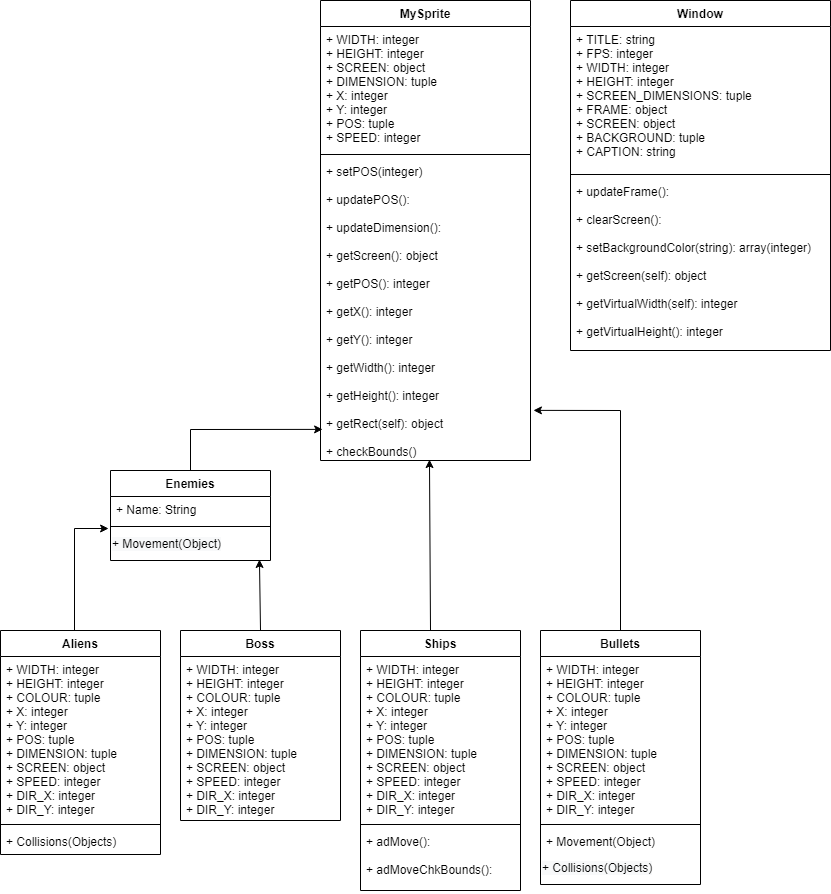
The draw.io diagram UML for Space Invaders.png in ichandel/CSE3190-Project, before a commit. Source tidied: cells renumbered, new cells last; positions are measured from the earlier drawing's top-left corner, leaving out a move shared by most shapes.
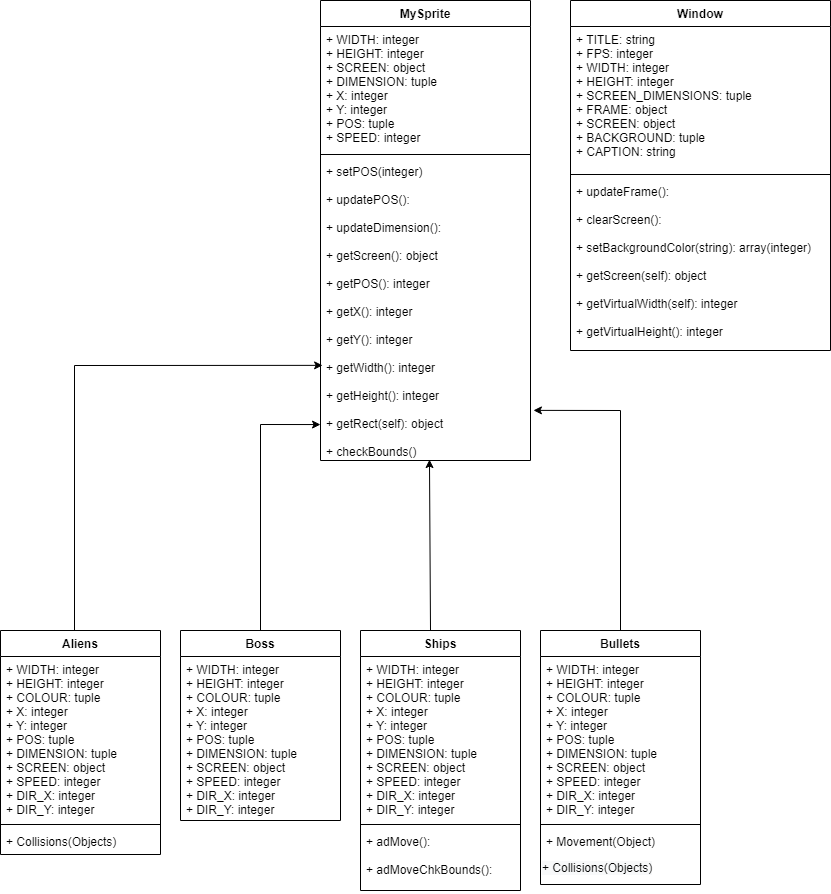
After the commit.

Change to the diagram source:
```diff
@@ -14,18 +14,6 @@
     <mxCell id="5" value="+ Collisions(Objects)" style="text;strokeColor=none;fillColor=none;align=left;verticalAlign=top;spacingLeft=4;spacingRight=4;overflow=hidden;" parent="2" vertex="1">
       <mxGeometry y="198" width="160" height="26" as="geometry" />
     </mxCell>
-    <mxCell id="6" value="Enemies" style="swimlane;fontStyle=1;align=center;verticalAlign=top;horizontal=1;startSize=26;" parent="1" vertex="1">
-      <mxGeometry x="110" y="470" width="160" height="90" as="geometry" />
-    </mxCell>
-    <mxCell id="7" value="+ Name: String" style="text;strokeColor=none;fillColor=none;align=left;verticalAlign=top;spacingLeft=4;spacingRight=4;overflow=hidden;" parent="6" vertex="1">
-      <mxGeometry y="26" width="160" height="26" as="geometry" />
-    </mxCell>
-    <mxCell id="8" style="line;strokeWidth=1;fillColor=none;align=left;verticalAlign=middle;spacingTop=-1;spacingLeft=3;spacingRight=3;labelPosition=right;" parent="6" vertex="1">
-      <mxGeometry y="52" width="160" height="8" as="geometry" />
-    </mxCell>
-    <mxCell id="9" value="&lt;span style=&quot;color: rgb(0, 0, 0); font-family: helvetica; font-size: 12px; font-style: normal; font-weight: 400; letter-spacing: normal; text-align: left; text-indent: 0px; text-transform: none; word-spacing: 0px; background-color: rgb(248, 249, 250); display: inline; float: none;&quot;&gt;+ Movement(Object)&lt;/span&gt;" style="text;whiteSpace=wrap;html=1;" parent="6" vertex="1">
-      <mxGeometry y="60" width="160" height="30" as="geometry" />
-    </mxCell>
     <mxCell id="10" value="Bullets" style="swimlane;fontStyle=1;align=center;verticalAlign=top;horizontal=1;startSize=26;" parent="1" vertex="1">
       <mxGeometry x="540" y="630" width="160" height="254" as="geometry" />
     </mxCell>
@@ -47,12 +35,11 @@
     <mxCell id="16" value="+ WIDTH: integer&#10;+ HEIGHT: integer&#10;+ COLOUR: tuple&#10;+ X: integer&#10;+ Y: integer&#10;+ POS: tuple&#10;+ DIMENSION: tuple&#10;+ SCREEN: object&#10;+ SPEED: integer&#10;+ DIR_X: integer&#10;+ DIR_Y: integer" style="text;strokeColor=none;fillColor=none;align=left;verticalAlign=top;spacingLeft=4;spacingRight=4;overflow=hidden;" parent="15" vertex="1">
       <mxGeometry y="26" width="160" height="164" as="geometry" />
     </mxCell>
-    <mxCell id="17" style="endArrow=classic;html=1;entryX=-0.012;entryY=-0.077;entryDx=0;entryDy=0;entryPerimeter=0;rounded=0;" parent="1" edge="1">
+    <mxCell id="17" style="endArrow=classic;html=1;entryX=0.01;entryY=0.685;entryDx=0;entryDy=0;entryPerimeter=0;rounded=0;" parent="1" edge="1" target="29">
       <mxGeometry relative="1" as="geometry">
         <mxPoint x="74" y="630" as="sourcePoint" />
-        <mxPoint x="108.1" y="528" as="targetPoint" />
         <Array as="points">
-          <mxPoint x="74" y="528" />
+          <mxPoint x="74" y="365" />
         </Array>
       </mxGeometry>
     </mxCell>
@@ -61,11 +48,6 @@
         <mxPoint x="430" y="630" as="sourcePoint" />
       </mxGeometry>
     </mxCell>
-    <mxCell id="19" style="endArrow=classic;html=1;exitX=0.5;exitY=0;exitDx=0;exitDy=0;entryX=0.931;entryY=1.115;entryDx=0;entryDy=0;entryPerimeter=0;" parent="1" edge="1" source="15">
-      <mxGeometry relative="1" as="geometry">
-        <mxPoint x="259" y="559" as="targetPoint" />
-      </mxGeometry>
-    </mxCell>
     <mxCell id="20" style="endArrow=classic;html=1;exitX=0.5;exitY=0;exitDx=0;exitDy=0;entryX=1.014;entryY=0.834;entryDx=0;entryDy=0;entryPerimeter=0;rounded=0;" parent="1" edge="1" source="10" target="29">
       <mxGeometry relative="1" as="geometry">
         <Array as="points">
@@ -73,13 +55,6 @@
         </Array>
       </mxGeometry>
     </mxCell>
-    <mxCell id="21" style="endArrow=classic;html=1;exitX=0.5;exitY=0;exitDx=0;exitDy=0;entryX=0.01;entryY=0.897;entryDx=0;entryDy=0;entryPerimeter=0;rounded=0;" parent="1" edge="1" source="6" target="29">
-      <mxGeometry relative="1" as="geometry">
-        <Array as="points">
-          <mxPoint x="190" y="429" />
-        </Array>
-      </mxGeometry>
-    </mxCell>
     <mxCell id="22" value="Ships" style="swimlane;fontStyle=1;align=center;verticalAlign=top;horizontal=1;startSize=26;" parent="1" vertex="1">
       <mxGeometry x="360" y="630" width="160" height="260" as="geometry" />
     </mxCell>
@@ -116,5 +91,12 @@
     <mxCell id="33" value="+ updateFrame():&#10;&#10;+ clearScreen():&#10;&#10;+ setBackgroundColor(string): array(integer)&#10;&#10;+ getScreen(self): object&#10;&#10;+ getVirtualWidth(self): integer&#10;&#10;+ getVirtualHeight(): integer&#10;" style="text;strokeColor=none;fillColor=none;align=left;verticalAlign=top;spacingLeft=4;spacingRight=4;overflow=hidden;" parent="30" vertex="1">
       <mxGeometry y="178" width="260" height="172" as="geometry" />
     </mxCell>
+    <mxCell id="34" style="endArrow=classic;html=1;entryX=0;entryY=0.881;entryDx=0;entryDy=0;entryPerimeter=0;rounded=0;exitX=0.5;exitY=0;exitDx=0;exitDy=0;" parent="1" edge="1" source="15" target="29">
+      <mxGeometry relative="1" as="geometry">
+        <Array as="points">
+          <mxPoint x="260" y="424" />
+        </Array>
+      </mxGeometry>
+    </mxCell>
   </root>
 </mxGraphModel>
```
